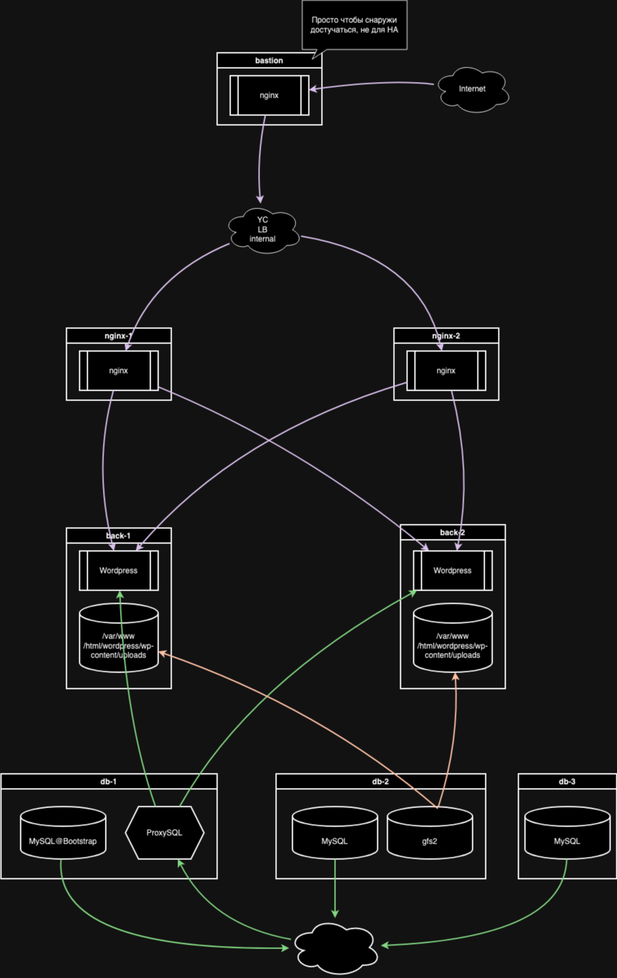
waffleboot/otus keeps this draw.io diagram as dz5/arch.png. Above is the earlier version. Source tidied: cells renumbered, new cells last; positions are measured from the earlier drawing's top-left corner, leaving out a move shared by most shapes.
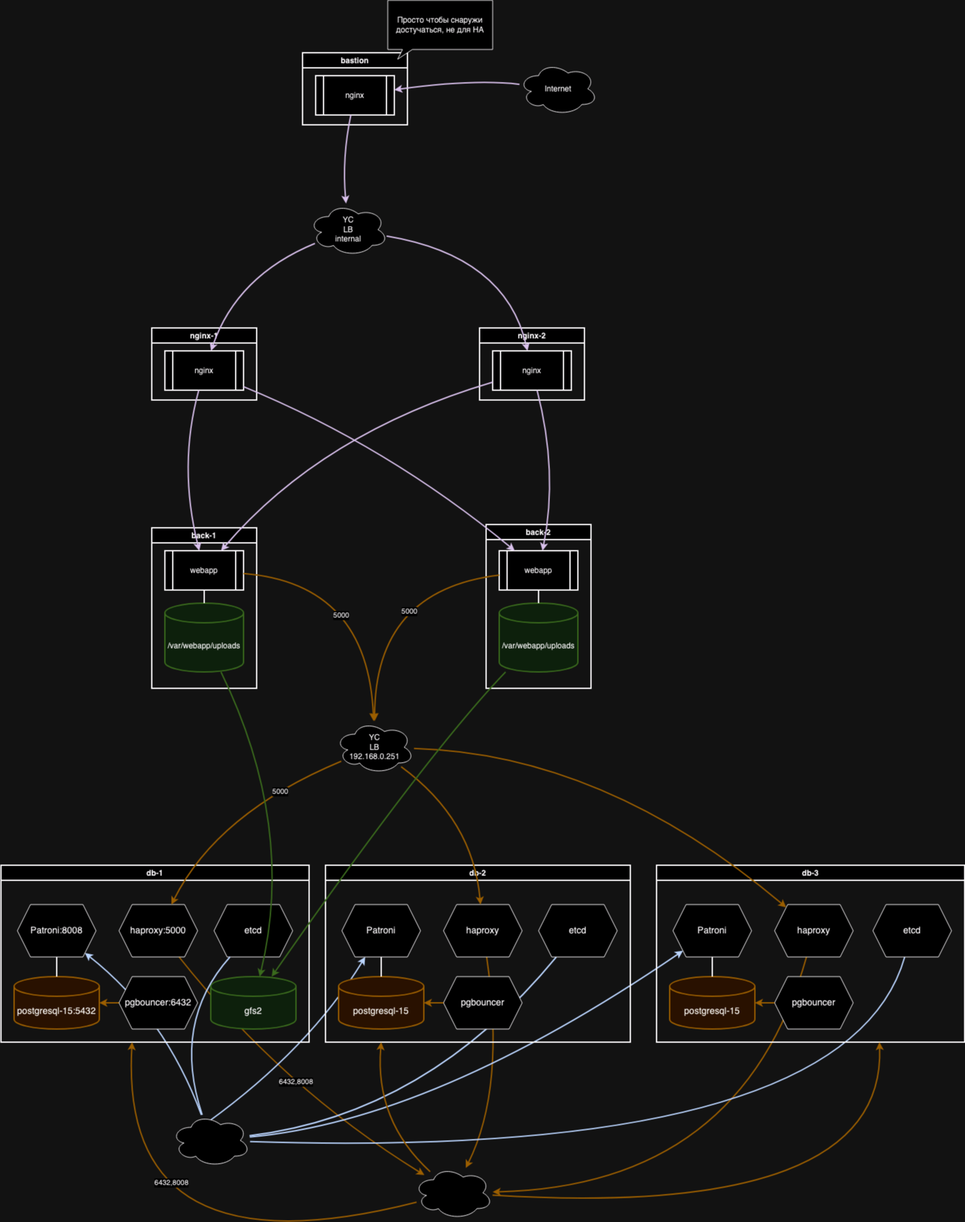
The same file after the commit.

Change to the diagram source:
```diff
@@ -4,53 +4,89 @@
     <mxCell id="1" parent="0" />
+    <mxCell id="42" style="curved=1;endArrow=classic;html=1;rounded=0;strokeWidth=2;fillColor=#ffe6cc;strokeColor=#d79b00;" parent="1" edge="1" source="69" target="86">
+      <mxGeometry relative="1" as="geometry">
+        <Array as="points">
+          <mxPoint x="1000" y="1810" />
+        </Array>
+      </mxGeometry>
+    </mxCell>
+    <mxCell id="43" style="curved=1;endArrow=classic;html=1;rounded=0;strokeWidth=2;fillColor=#ffe6cc;strokeColor=#d79b00;" parent="1" edge="1" source="62" target="86">
+      <mxGeometry relative="1" as="geometry">
+        <Array as="points">
+          <mxPoint x="640" y="1660" />
+        </Array>
+      </mxGeometry>
+    </mxCell>
+    <mxCell id="44" style="curved=1;endArrow=classic;html=1;rounded=0;strokeWidth=2;fillColor=#ffe6cc;strokeColor=#d79b00;" parent="1" edge="1" source="52" target="86">
+      <mxGeometry relative="1" as="geometry">
+        <Array as="points">
+          <mxPoint x="300" y="1660" />
+        </Array>
+      </mxGeometry>
+    </mxCell>
+    <mxCell id="45" value="6432,8008" style="edgeLabel;html=1;align=center;verticalAlign=middle;" parent="44" vertex="1">
+      <mxGeometry x="0.05" y="18" relative="1" as="geometry" />
+    </mxCell>
+    <mxCell id="46" style="curved=1;endArrow=none;html=1;rounded=0;strokeWidth=2;fillColor=#0050ef;strokeColor=#001DBC;endFill=0;startArrow=classic;startFill=1;" parent="1" edge="1" source="67" target="84">
+      <mxGeometry relative="1" as="geometry">
+        <Array as="points">
+          <mxPoint x="530" y="1710" />
+        </Array>
+      </mxGeometry>
+    </mxCell>
+    <mxCell id="47" style="curved=1;endArrow=none;html=1;rounded=0;strokeWidth=2;fillColor=#0050ef;strokeColor=#001DBC;endFill=0;startArrow=classic;startFill=1;" parent="1" edge="1" source="60">
+      <mxGeometry relative="1" as="geometry">
+        <mxPoint x="187" y="1711" as="targetPoint" />
+        <Array as="points">
+          <mxPoint x="340" y="1600" />
+        </Array>
+      </mxGeometry>
+    </mxCell>
+    <mxCell id="48" style="curved=1;endArrow=none;html=1;rounded=0;strokeWidth=2;fillColor=#0050ef;strokeColor=#001DBC;endFill=0;" parent="1" edge="1" source="72" target="84">
+      <mxGeometry relative="1" as="geometry">
+        <Array as="points">
+          <mxPoint x="1160" y="1770" />
+        </Array>
+      </mxGeometry>
+    </mxCell>
+    <mxCell id="49" style="curved=1;endArrow=none;html=1;rounded=0;strokeWidth=2;fillColor=#0050ef;strokeColor=#001DBC;endFill=0;" parent="1" edge="1" source="65" target="84">
+      <mxGeometry relative="1" as="geometry">
+        <Array as="points">
+          <mxPoint x="520" y="1700" />
+        </Array>
+      </mxGeometry>
+    </mxCell>
+    <mxCell id="50" style="curved=1;endArrow=none;html=1;rounded=0;strokeWidth=2;fillColor=#0050ef;strokeColor=#001DBC;endFill=0;startArrow=classic;startFill=1;" parent="1" edge="1" source="51" target="84">
+      <mxGeometry relative="1" as="geometry">
+        <Array as="points">
+          <mxPoint x="120" y="1550" />
+        </Array>
+      </mxGeometry>
+    </mxCell>
     <mxCell id="2" value="db-1" style="swimlane;whiteSpace=wrap;html=1;strokeWidth=2;" parent="1" vertex="1">
-      <mxGeometry y="1180" width="330" height="160" as="geometry" />
+      <mxGeometry x="-130" y="1320" width="470" height="270" as="geometry" />
     </mxCell>
-    <mxCell id="3" value="MySQL@Bootstrap" style="shape=cylinder3;whiteSpace=wrap;html=1;boundedLbl=1;backgroundOutline=1;size=15;strokeWidth=2;" parent="2" vertex="1">
-      <mxGeometry x="30" y="50" width="130" height="80" as="geometry" />
+    <mxCell id="3" value="postgresql-15:5432" style="shape=cylinder3;whiteSpace=wrap;html=1;boundedLbl=1;backgroundOutline=1;size=15;strokeWidth=2;fontSize=14;fillColor=#ffe6cc;strokeColor=#d79b00;" parent="2" vertex="1">
+      <mxGeometry x="20" y="170" width="130" height="80" as="geometry" />
     </mxCell>
-    <mxCell id="4" value="ProxySQL" style="shape=hexagon;perimeter=hexagonPerimeter2;whiteSpace=wrap;html=1;fixedSize=1;strokeWidth=2;" parent="2" vertex="1">
-      <mxGeometry x="190" y="50" width="120" height="80" as="geometry" />
-    </mxCell>
-    <mxCell id="5" value="db-2" style="swimlane;whiteSpace=wrap;html=1;strokeWidth=2;" parent="1" vertex="1">
-      <mxGeometry x="420" y="1180" width="320" height="160" as="geometry" />
-    </mxCell>
-    <mxCell id="6" value="MySQL" style="shape=cylinder3;whiteSpace=wrap;html=1;boundedLbl=1;backgroundOutline=1;size=15;strokeWidth=2;" parent="5" vertex="1">
-      <mxGeometry x="25" y="50" width="130" height="80" as="geometry" />
-    </mxCell>
+    <mxCell id="51" value="Patroni:8008" style="shape=hexagon;perimeter=hexagonPerimeter2;whiteSpace=wrap;html=1;fixedSize=1;fontSize=14;" parent="2" vertex="1">
+      <mxGeometry x="25" y="60" width="120" height="80" as="geometry" />
+    </mxCell>
+    <mxCell id="52" value="haproxy:5000" style="shape=hexagon;perimeter=hexagonPerimeter2;whiteSpace=wrap;html=1;fixedSize=1;fontSize=14;" parent="2" vertex="1">
+      <mxGeometry x="180" y="60" width="120" height="80" as="geometry" />
+    </mxCell>
+    <mxCell id="53" style="endArrow=none;html=1;rounded=0;strokeWidth=2;" parent="2" edge="1" source="3" target="51">
+      <mxGeometry relative="1" as="geometry" />
+    </mxCell>
+    <mxCell id="54" style="endArrow=none;html=1;rounded=0;strokeWidth=2;startArrow=classic;startFill=1;fillColor=#ffe6cc;strokeColor=#d79b00;" parent="2" edge="1" source="3" target="56">
+      <mxGeometry relative="1" as="geometry" />
+    </mxCell>
-    <mxCell id="7" value="gfs2" style="shape=cylinder3;whiteSpace=wrap;html=1;boundedLbl=1;backgroundOutline=1;size=15;strokeWidth=2;" parent="5" vertex="1">
-      <mxGeometry x="170" y="50" width="130" height="80" as="geometry" />
+    <mxCell id="7" value="gfs2" style="shape=cylinder3;whiteSpace=wrap;html=1;boundedLbl=1;backgroundOutline=1;size=15;strokeWidth=2;fontSize=14;fillColor=#d5e8d4;strokeColor=#82b366;" parent="2" vertex="1">
+      <mxGeometry x="320" y="170" width="130" height="80" as="geometry" />
     </mxCell>
-    <mxCell id="8" value="db-3" style="swimlane;whiteSpace=wrap;html=1;strokeWidth=2;" parent="1" vertex="1">
-      <mxGeometry x="790" y="1180" width="150" height="160" as="geometry" />
-    </mxCell>
-    <mxCell id="9" value="MySQL" style="shape=cylinder3;whiteSpace=wrap;html=1;boundedLbl=1;backgroundOutline=1;size=15;strokeWidth=2;" parent="8" vertex="1">
-      <mxGeometry x="10" y="50" width="130" height="80" as="geometry" />
-    </mxCell>
-    <mxCell id="10" style="ellipse;shape=cloud;whiteSpace=wrap;html=1;strokeWidth=2;" parent="1" vertex="1">
-      <mxGeometry x="440" y="1400" width="140" height="90" as="geometry" />
-    </mxCell>
-    <mxCell id="11" style="curved=1;endArrow=classic;html=1;rounded=0;strokeWidth=2;strokeColor=#005700;fillColor=#008a00;" parent="1" edge="1" source="3" target="10">
-      <mxGeometry relative="1" as="geometry">
-        <Array as="points">
-          <mxPoint x="80" y="1450" />
-        </Array>
-      </mxGeometry>
-    </mxCell>
-    <mxCell id="12" style="curved=1;endArrow=classic;html=1;rounded=0;strokeWidth=2;fillColor=#008a00;strokeColor=#005700;" parent="1" edge="1" source="9" target="10">
-      <mxGeometry relative="1" as="geometry">
-        <Array as="points">
-          <mxPoint x="860" y="1430" />
-        </Array>
-      </mxGeometry>
-    </mxCell>
-    <mxCell id="13" style="curved=1;endArrow=classic;html=1;rounded=0;strokeWidth=2;fillColor=#008a00;strokeColor=#005700;" parent="1" edge="1" source="6" target="10">
-      <mxGeometry relative="1" as="geometry" />
-    </mxCell>
-    <mxCell id="14" style="curved=1;endArrow=classic;html=1;rounded=0;strokeWidth=2;fillColor=#008a00;strokeColor=#005700;" parent="1" edge="1" source="10" target="4">
-      <mxGeometry relative="1" as="geometry">
-        <Array as="points">
-          <mxPoint x="320" y="1410" />
-        </Array>
-      </mxGeometry>
-    </mxCell>
+    <mxCell id="55" value="etcd" style="shape=hexagon;perimeter=hexagonPerimeter2;whiteSpace=wrap;html=1;fixedSize=1;fontSize=14;" parent="2" vertex="1">
+      <mxGeometry x="325" y="60" width="120" height="80" as="geometry" />
+    </mxCell>
+    <mxCell id="56" value="pgbouncer:6432" style="shape=hexagon;perimeter=hexagonPerimeter2;whiteSpace=wrap;html=1;fixedSize=1;fontSize=14;" parent="2" vertex="1">
+      <mxGeometry x="180" y="170" width="120" height="80" as="geometry" />
+    </mxCell>
     <mxCell id="15" value="back-2" style="swimlane;whiteSpace=wrap;html=1;strokeWidth=2;" parent="1" vertex="1">
@@ -58,8 +94,11 @@
     </mxCell>
-    <mxCell id="16" value="/var/www/html/wordpress/wp-content/uploads" style="shape=cylinder3;whiteSpace=wrap;html=1;boundedLbl=1;backgroundOutline=1;size=15;strokeWidth=2;" parent="15" vertex="1">
+    <mxCell id="16" value="/var/webapp/uploads" style="shape=cylinder3;whiteSpace=wrap;html=1;boundedLbl=1;backgroundOutline=1;size=15;strokeWidth=2;fillColor=#d5e8d4;strokeColor=#82b366;" parent="15" vertex="1">
       <mxGeometry x="20" y="120" width="120" height="105" as="geometry" />
     </mxCell>
-    <mxCell id="17" value="Wordpress" style="shape=process;whiteSpace=wrap;html=1;backgroundOutline=1;strokeWidth=2;" parent="15" vertex="1">
+    <mxCell id="17" value="webapp" style="shape=process;whiteSpace=wrap;html=1;backgroundOutline=1;strokeWidth=2;" parent="15" vertex="1">
       <mxGeometry x="20" y="40" width="120" height="60" as="geometry" />
     </mxCell>
+    <mxCell id="57" style="endArrow=none;html=1;rounded=0;strokeWidth=2;" parent="15" edge="1" source="16" target="17">
+      <mxGeometry relative="1" as="geometry" />
+    </mxCell>
     <mxCell id="18" value="back-1" style="swimlane;whiteSpace=wrap;html=1;strokeWidth=2;" parent="1" vertex="1">
@@ -67,36 +106,11 @@
     </mxCell>
-    <mxCell id="19" value="/var/www/html/wordpress/wp-content/uploads" style="shape=cylinder3;whiteSpace=wrap;html=1;boundedLbl=1;backgroundOutline=1;size=15;strokeWidth=2;" parent="18" vertex="1">
+    <mxCell id="19" value="/var/webapp/uploads" style="shape=cylinder3;whiteSpace=wrap;html=1;boundedLbl=1;backgroundOutline=1;size=15;strokeWidth=2;fillColor=#d5e8d4;strokeColor=#82b366;" parent="18" vertex="1">
       <mxGeometry x="20" y="115" width="120" height="105" as="geometry" />
     </mxCell>
-    <mxCell id="20" value="Wordpress" style="shape=process;whiteSpace=wrap;html=1;backgroundOutline=1;strokeWidth=2;" parent="18" vertex="1">
+    <mxCell id="20" value="webapp" style="shape=process;whiteSpace=wrap;html=1;backgroundOutline=1;strokeWidth=2;" parent="18" vertex="1">
       <mxGeometry x="20" y="35" width="120" height="60" as="geometry" />
     </mxCell>
-    <mxCell id="21" style="curved=1;endArrow=none;html=1;rounded=0;strokeWidth=2;fillColor=#008a00;strokeColor=#005700;startArrow=classic;startFill=1;endFill=0;" parent="1" edge="1" source="20" target="4">
-      <mxGeometry relative="1" as="geometry">
-        <Array as="points">
-          <mxPoint x="190" y="1100" />
-        </Array>
-      </mxGeometry>
-    </mxCell>
-    <mxCell id="22" style="curved=1;endArrow=none;html=1;rounded=0;strokeWidth=2;fillColor=#008a00;strokeColor=#005700;endFill=0;startArrow=classic;startFill=1;" parent="1" edge="1" source="17" target="4">
-      <mxGeometry relative="1" as="geometry">
-        <Array as="points">
-          <mxPoint x="380" y="1040" />
-        </Array>
-      </mxGeometry>
-    </mxCell>
-    <mxCell id="23" style="curved=1;endArrow=classic;html=1;rounded=0;exitX=0.592;exitY=0.038;exitDx=0;exitDy=0;exitPerimeter=0;strokeWidth=2;fillColor=#a0522d;strokeColor=#6D1F00;" parent="1" edge="1" source="7" target="19">
-      <mxGeometry relative="1" as="geometry">
-        <Array as="points">
-          <mxPoint x="490" y="1080" />
-        </Array>
-      </mxGeometry>
-    </mxCell>
-    <mxCell id="24" style="curved=1;endArrow=classic;html=1;rounded=0;strokeWidth=2;fillColor=#a0522d;strokeColor=#6D1F00;" parent="1" edge="1" source="7" target="16">
-      <mxGeometry relative="1" as="geometry">
-        <Array as="points">
-          <mxPoint x="700" y="1130" />
-        </Array>
-      </mxGeometry>
-    </mxCell>
+    <mxCell id="58" style="endArrow=none;html=1;rounded=0;strokeWidth=2;" parent="18" edge="1" source="19" target="20">
+      <mxGeometry relative="1" as="geometry" />
+    </mxCell>
     <mxCell id="25" value="nginx-1" style="swimlane;whiteSpace=wrap;html=1;strokeWidth=2;" parent="1" vertex="1">
@@ -184,2 +198,151 @@
     </mxCell>
+    <mxCell id="5" value="db-2" style="swimlane;whiteSpace=wrap;html=1;strokeWidth=2;" parent="1" vertex="1">
+      <mxGeometry x="365" y="1320" width="465" height="270" as="geometry" />
+    </mxCell>
+    <mxCell id="59" value="postgresql-15" style="shape=cylinder3;whiteSpace=wrap;html=1;boundedLbl=1;backgroundOutline=1;size=15;strokeWidth=2;fontSize=14;fillColor=#ffe6cc;strokeColor=#d79b00;" parent="5" vertex="1">
+      <mxGeometry x="20" y="170" width="130" height="80" as="geometry" />
+    </mxCell>
+    <mxCell id="60" value="Patroni" style="shape=hexagon;perimeter=hexagonPerimeter2;whiteSpace=wrap;html=1;fixedSize=1;fontSize=14;" parent="5" vertex="1">
+      <mxGeometry x="25" y="60" width="120" height="80" as="geometry" />
+    </mxCell>
+    <mxCell id="61" value="pgbouncer" style="shape=hexagon;perimeter=hexagonPerimeter2;whiteSpace=wrap;html=1;fixedSize=1;fontSize=14;" parent="5" vertex="1">
+      <mxGeometry x="180" y="170" width="120" height="80" as="geometry" />
+    </mxCell>
+    <mxCell id="62" value="haproxy" style="shape=hexagon;perimeter=hexagonPerimeter2;whiteSpace=wrap;html=1;fixedSize=1;fontSize=14;" parent="5" vertex="1">
+      <mxGeometry x="180" y="60" width="120" height="80" as="geometry" />
+    </mxCell>
+    <mxCell id="63" style="endArrow=none;html=1;rounded=0;strokeWidth=2;" parent="5" edge="1" source="59" target="60">
+      <mxGeometry relative="1" as="geometry" />
+    </mxCell>
+    <mxCell id="64" style="endArrow=none;html=1;rounded=0;strokeWidth=2;startArrow=classic;startFill=1;fillColor=#ffe6cc;strokeColor=#d79b00;" parent="5" edge="1" source="59" target="61">
+      <mxGeometry relative="1" as="geometry" />
+    </mxCell>
+    <mxCell id="65" value="etcd" style="shape=hexagon;perimeter=hexagonPerimeter2;whiteSpace=wrap;html=1;fixedSize=1;fontSize=14;" parent="5" vertex="1">
+      <mxGeometry x="325" y="60" width="120" height="80" as="geometry" />
+    </mxCell>
+    <mxCell id="8" value="db-3" style="swimlane;whiteSpace=wrap;html=1;strokeWidth=2;" parent="1" vertex="1">
+      <mxGeometry x="870" y="1320" width="470" height="270" as="geometry" />
+    </mxCell>
+    <mxCell id="66" value="postgresql-15" style="shape=cylinder3;whiteSpace=wrap;html=1;boundedLbl=1;backgroundOutline=1;size=15;strokeWidth=2;fontSize=14;fillColor=#ffe6cc;strokeColor=#d79b00;" parent="8" vertex="1">
+      <mxGeometry x="20" y="170" width="130" height="80" as="geometry" />
+    </mxCell>
+    <mxCell id="67" value="Patroni" style="shape=hexagon;perimeter=hexagonPerimeter2;whiteSpace=wrap;html=1;fixedSize=1;fontSize=14;" parent="8" vertex="1">
+      <mxGeometry x="25" y="60" width="120" height="80" as="geometry" />
+    </mxCell>
+    <mxCell id="68" value="pgbouncer" style="shape=hexagon;perimeter=hexagonPerimeter2;whiteSpace=wrap;html=1;fixedSize=1;fontSize=14;" parent="8" vertex="1">
+      <mxGeometry x="180" y="170" width="120" height="80" as="geometry" />
+    </mxCell>
+    <mxCell id="69" value="haproxy" style="shape=hexagon;perimeter=hexagonPerimeter2;whiteSpace=wrap;html=1;fixedSize=1;fontSize=14;" parent="8" vertex="1">
+      <mxGeometry x="180" y="60" width="120" height="80" as="geometry" />
+    </mxCell>
+    <mxCell id="70" style="endArrow=none;html=1;rounded=0;strokeWidth=2;" parent="8" edge="1" source="66" target="67">
+      <mxGeometry relative="1" as="geometry" />
+    </mxCell>
+    <mxCell id="71" style="endArrow=none;html=1;rounded=0;strokeWidth=2;startArrow=classic;startFill=1;fillColor=#ffe6cc;strokeColor=#d79b00;" parent="8" edge="1" source="66" target="68">
+      <mxGeometry relative="1" as="geometry" />
+    </mxCell>
+    <mxCell id="72" value="etcd" style="shape=hexagon;perimeter=hexagonPerimeter2;whiteSpace=wrap;html=1;fixedSize=1;fontSize=14;" parent="8" vertex="1">
+      <mxGeometry x="330" y="60" width="120" height="80" as="geometry" />
+    </mxCell>
+    <mxCell id="73" style="curved=1;endArrow=classic;html=1;rounded=0;strokeWidth=2;fillColor=#ffe6cc;strokeColor=#d79b00;" parent="1" edge="1" source="20" target="83">
+      <mxGeometry relative="1" as="geometry">
+        <Array as="points">
+          <mxPoint x="430" y="890" />
+        </Array>
+      </mxGeometry>
+    </mxCell>
+    <mxCell id="74" value="5000" style="edgeLabel;html=1;align=center;verticalAlign=middle;" parent="73" vertex="1">
+      <mxGeometry x="0.18" y="-43" relative="1" as="geometry" />
+    </mxCell>
+    <mxCell id="75" style="curved=1;endArrow=classic;html=1;rounded=0;strokeWidth=2;fillColor=#ffe6cc;strokeColor=#d79b00;" parent="1" edge="1" source="17" target="83">
+      <mxGeometry relative="1" as="geometry">
+        <Array as="points">
+          <mxPoint x="440" y="900" />
+        </Array>
+      </mxGeometry>
+    </mxCell>
+    <mxCell id="76" value="5000" style="edgeLabel;html=1;align=center;verticalAlign=middle;" parent="75" vertex="1">
+      <mxGeometry x="-0.27" y="39" relative="1" as="geometry" />
+    </mxCell>
+    <mxCell id="77" style="curved=1;endArrow=classic;html=1;rounded=0;strokeWidth=2;fillColor=#ffe6cc;strokeColor=#d79b00;" parent="1" edge="1" source="83" target="52">
+      <mxGeometry relative="1" as="geometry">
+        <Array as="points">
+          <mxPoint x="200" y="1240" />
+        </Array>
+      </mxGeometry>
+    </mxCell>
+    <mxCell id="78" value="5000" style="edgeLabel;html=1;align=center;verticalAlign=middle;" parent="77" vertex="1">
+      <mxGeometry x="-0.42" y="7" relative="1" as="geometry" />
+    </mxCell>
+    <mxCell id="79" style="curved=1;endArrow=classic;html=1;rounded=0;strokeWidth=2;fillColor=#ffe6cc;strokeColor=#d79b00;" parent="1" edge="1" source="83" target="69">
+      <mxGeometry relative="1" as="geometry">
+        <Array as="points">
+          <mxPoint x="790" y="1150" />
+        </Array>
+      </mxGeometry>
+    </mxCell>
+    <mxCell id="80" style="curved=1;endArrow=classic;html=1;rounded=0;strokeWidth=2;fillColor=#ffe6cc;strokeColor=#d79b00;" parent="1" edge="1" source="83" target="62">
+      <mxGeometry relative="1" as="geometry">
+        <Array as="points">
+          <mxPoint x="590" y="1250" />
+        </Array>
+      </mxGeometry>
+    </mxCell>
+    <mxCell id="81" style="curved=1;endArrow=classic;html=1;rounded=0;strokeWidth=2;fillColor=#d5e8d4;strokeColor=#82b366;" parent="1" edge="1" source="19" target="7">
+      <mxGeometry relative="1" as="geometry">
+        <Array as="points">
+          <mxPoint x="320" y="1260" />
+        </Array>
+      </mxGeometry>
+    </mxCell>
+    <mxCell id="82" style="curved=1;endArrow=classic;html=1;rounded=0;strokeWidth=2;fillColor=#d5e8d4;strokeColor=#82b366;" parent="1" edge="1" source="16" target="7">
+      <mxGeometry relative="1" as="geometry">
+        <Array as="points">
+          <mxPoint x="520" y="1150" />
+        </Array>
+      </mxGeometry>
+    </mxCell>
+    <mxCell id="83" value="&lt;div&gt;YC&lt;/div&gt;&lt;div&gt;LB&lt;/div&gt;&lt;div&gt;192.168.0.251&lt;br&gt;&lt;/div&gt;" style="ellipse;shape=cloud;whiteSpace=wrap;html=1;" parent="1" vertex="1">
+      <mxGeometry x="380" y="1100" width="120" height="80" as="geometry" />
+    </mxCell>
+    <mxCell id="84" style="ellipse;shape=cloud;whiteSpace=wrap;html=1;" parent="1" vertex="1">
+      <mxGeometry x="130" y="1700" width="120" height="80" as="geometry" />
+    </mxCell>
+    <mxCell id="85" style="curved=1;endArrow=none;html=1;rounded=0;strokeWidth=2;fillColor=#0050ef;strokeColor=#001DBC;endFill=0;" parent="1" edge="1" source="55" target="84">
+      <mxGeometry relative="1" as="geometry">
+        <Array as="points">
+          <mxPoint x="130" y="1560" />
+        </Array>
+      </mxGeometry>
+    </mxCell>
+    <mxCell id="86" style="ellipse;shape=cloud;whiteSpace=wrap;html=1;" parent="1" vertex="1">
+      <mxGeometry x="500" y="1780" width="120" height="80" as="geometry" />
+    </mxCell>
+    <mxCell id="87" style="curved=1;endArrow=classic;html=1;rounded=0;strokeWidth=2;fillColor=#ffe6cc;strokeColor=#d79b00;" parent="1" edge="1" source="86">
+      <mxGeometry relative="1" as="geometry">
+        <mxPoint x="70" y="1590" as="targetPoint" />
+        <Array as="points">
+          <mxPoint x="50" y="1950" />
+        </Array>
+      </mxGeometry>
+    </mxCell>
+    <mxCell id="88" value="6432,8008" style="edgeLabel;html=1;align=center;verticalAlign=middle;" parent="87" vertex="1">
+      <mxGeometry x="0.49" y="-71" relative="1" as="geometry" />
+    </mxCell>
+    <mxCell id="89" style="curved=1;endArrow=classic;html=1;rounded=0;strokeWidth=2;fillColor=#ffe6cc;strokeColor=#d79b00;" parent="1" edge="1" source="86">
+      <mxGeometry relative="1" as="geometry">
+        <mxPoint x="450" y="1590" as="targetPoint" />
+        <Array as="points">
+          <mxPoint x="440" y="1710" />
+        </Array>
+      </mxGeometry>
+    </mxCell>
+    <mxCell id="90" style="curved=1;endArrow=classic;html=1;rounded=0;strokeWidth=2;fillColor=#ffe6cc;strokeColor=#d79b00;" parent="1" edge="1" source="86">
+      <mxGeometry relative="1" as="geometry">
+        <mxPoint x="1210" y="1590" as="targetPoint" />
+        <Array as="points">
+          <mxPoint x="1220" y="1860" />
+        </Array>
+      </mxGeometry>
+    </mxCell>
   </root>
```
